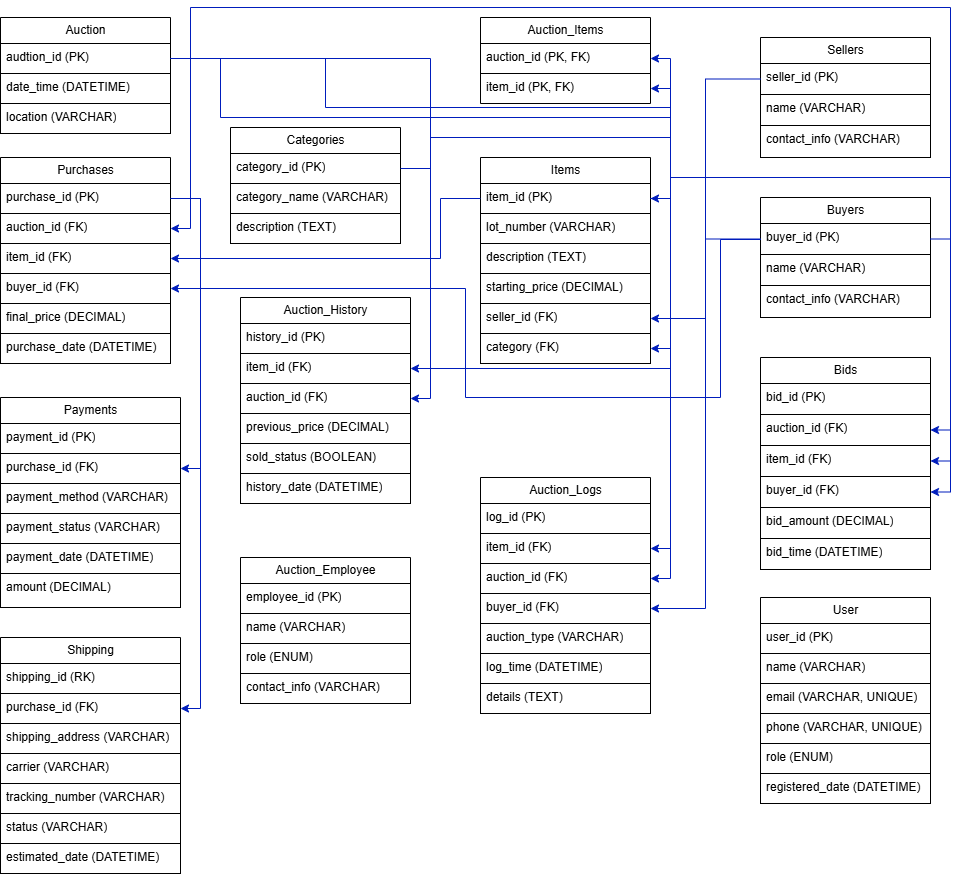
Earlier version of the draw.io export DB_Tamara_Jovicic_HW_An_Auction_House_diagram.drawio.png (tamarajovicic1/Tamara_Jovicic_SP25). Source tidied: cells renumbered, new cells last; positions are measured from the earlier drawing's top-left corner, leaving out a move shared by most shapes.
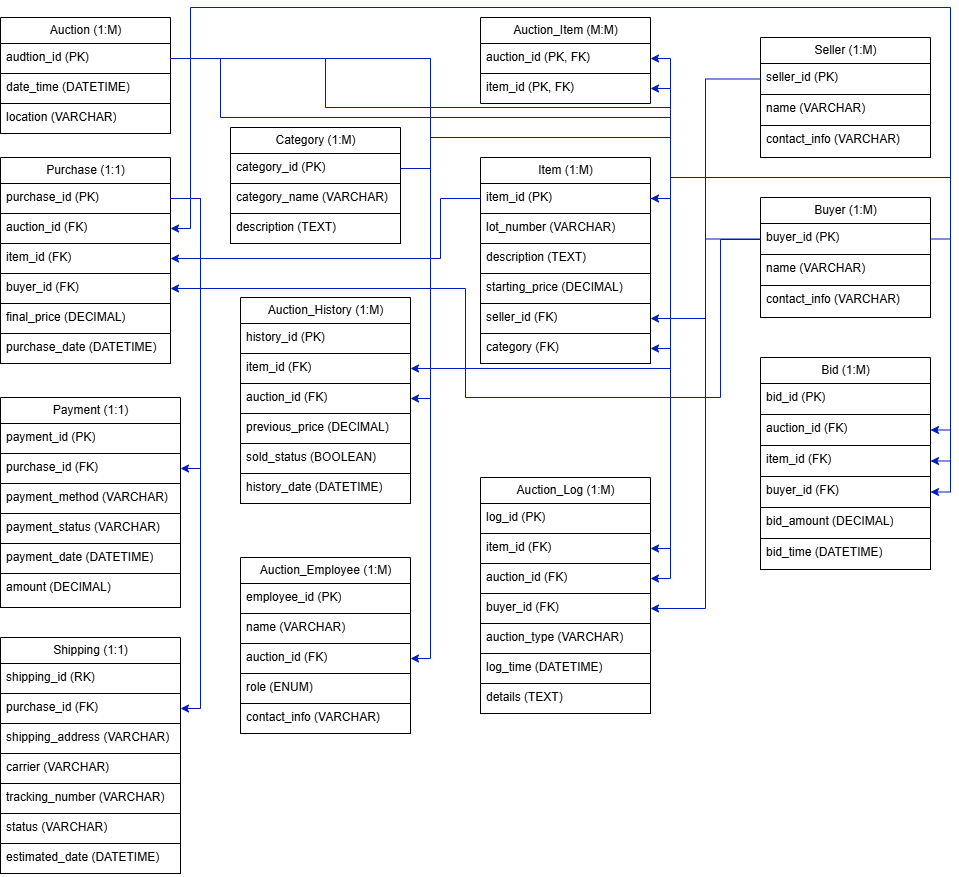
After the commit.

Change to the diagram source:
```diff
@@ -2,7 +2,7 @@
   <root>
     <mxCell id="0" />
     <mxCell id="1" parent="0" />
-    <mxCell id="2" value="Auction" style="swimlane;fontStyle=0;horizontal=1;startSize=26;fillColor=none;html=1;" parent="1" vertex="1">
+    <mxCell id="2" value="Auction (1:M)" style="swimlane;fontStyle=0;horizontal=1;startSize=26;fillColor=none;html=1;" parent="1" vertex="1">
       <mxGeometry y="10" width="170" height="116" as="geometry" />
     </mxCell>
     <mxCell id="3" value="audtion_id (PK)" style="text;strokeColor=default;fillColor=none;align=left;verticalAlign=top;spacingLeft=4;spacingRight=4;overflow=hidden;points=[[0,0.5],[1,0.5]];portConstraint=eastwest;whiteSpace=wrap;html=1;" parent="2" vertex="1">
@@ -14,7 +14,7 @@
     <mxCell id="5" value="location (VARCHAR)" style="text;strokeColor=default;fillColor=none;align=left;verticalAlign=top;spacingLeft=4;spacingRight=4;overflow=hidden;whiteSpace=wrap;html=1;" parent="2" vertex="1">
       <mxGeometry y="86" width="170" height="30" as="geometry" />
     </mxCell>
-    <mxCell id="6" value="Items" style="swimlane;fontStyle=0;horizontal=1;startSize=26;fillColor=none;html=1;" parent="1" vertex="1">
+    <mxCell id="6" value="Item (1:M)" style="swimlane;fontStyle=0;horizontal=1;startSize=26;fillColor=none;html=1;" parent="1" vertex="1">
       <mxGeometry x="480" y="150" width="170" height="116" as="geometry" />
     </mxCell>
     <mxCell id="7" value="item_id (PK)" style="text;strokeColor=default;fillColor=none;align=left;verticalAlign=top;spacingLeft=4;spacingRight=4;overflow=hidden;points=[[0,0.5],[1,0.5]];portConstraint=eastwest;whiteSpace=wrap;html=1;" parent="6" vertex="1">
@@ -35,7 +35,7 @@
     <mxCell id="12" value="category (FK)" style="text;strokeColor=default;fillColor=none;align=left;verticalAlign=top;spacingLeft=4;spacingRight=4;overflow=hidden;points=[[0,0.5],[1,0.5]];portConstraint=eastwest;whiteSpace=wrap;html=1;" parent="1" vertex="1">
       <mxGeometry x="480" y="326" width="170" height="30" as="geometry" />
     </mxCell>
-    <mxCell id="13" value="Sellers" style="swimlane;fontStyle=0;horizontal=1;startSize=26;fillColor=none;html=1;" parent="1" vertex="1">
+    <mxCell id="13" value="Seller (1:M)" style="swimlane;fontStyle=0;horizontal=1;startSize=26;fillColor=none;html=1;" parent="1" vertex="1">
       <mxGeometry x="760" y="30" width="170" height="120" as="geometry" />
     </mxCell>
     <mxCell id="14" value="seller_id (PK)" style="text;strokeColor=default;fillColor=none;align=left;verticalAlign=top;spacingLeft=4;spacingRight=4;overflow=hidden;points=[[0,0.5],[1,0.5]];portConstraint=eastwest;whiteSpace=wrap;html=1;" parent="13" vertex="1">
@@ -50,7 +50,7 @@
     <mxCell id="17" style="edgeStyle=orthogonalEdgeStyle;rounded=0;jettySize=auto;html=1;exitX=0;exitY=0.5;exitDx=0;exitDy=0;entryX=1;entryY=0.5;entryDx=0;entryDy=0;fillColor=#0050ef;strokeColor=#001DBC;" parent="1" edge="1" source="14" target="11">
       <mxGeometry relative="1" as="geometry" />
     </mxCell>
-    <mxCell id="18" value="Buyers" style="swimlane;fontStyle=0;horizontal=1;startSize=26;fillColor=none;html=1;" parent="1" vertex="1">
+    <mxCell id="18" value="Buyer (1:M)" style="swimlane;fontStyle=0;horizontal=1;startSize=26;fillColor=none;html=1;" parent="1" vertex="1">
       <mxGeometry x="760" y="190" width="170" height="120" as="geometry" />
     </mxCell>
     <mxCell id="19" value="buyer_id (PK)" style="text;strokeColor=default;fillColor=none;align=left;verticalAlign=top;spacingLeft=4;spacingRight=4;overflow=hidden;points=[[0,0.5],[1,0.5]];portConstraint=eastwest;whiteSpace=wrap;html=1;" parent="18" vertex="1">
@@ -62,7 +62,7 @@
     <mxCell id="21" value="contact_info (VARCHAR)" style="text;strokeColor=default;fillColor=none;align=left;verticalAlign=top;spacingLeft=4;spacingRight=4;overflow=hidden;whiteSpace=wrap;html=1;" parent="18" vertex="1">
       <mxGeometry y="88" width="170" height="32" as="geometry" />
     </mxCell>
-    <mxCell id="22" value="Auction_Items" style="swimlane;fontStyle=0;horizontal=1;startSize=26;fillColor=none;html=1;" parent="1" vertex="1">
+    <mxCell id="22" value="Auction_Item (M:M)" style="swimlane;fontStyle=0;horizontal=1;startSize=26;fillColor=none;html=1;" parent="1" vertex="1">
       <mxGeometry x="480" y="10" width="170" height="86" as="geometry" />
     </mxCell>
     <mxCell id="23" value="auction_id (PK, FK)" style="text;strokeColor=default;fillColor=none;align=left;verticalAlign=top;spacingLeft=4;spacingRight=4;overflow=hidden;points=[[0,0.5],[1,0.5]];portConstraint=eastwest;whiteSpace=wrap;html=1;" parent="22" vertex="1">
@@ -74,7 +74,7 @@
     <mxCell id="25" style="edgeStyle=orthogonalEdgeStyle;rounded=0;jettySize=auto;html=1;exitX=1;exitY=0.5;exitDx=0;exitDy=0;entryX=1;entryY=0.5;entryDx=0;entryDy=0;fillColor=#0050ef;strokeColor=#001DBC;startArrow=classic;startFill=1;" parent="1" edge="1" source="7" target="24">
       <mxGeometry relative="1" as="geometry" />
     </mxCell>
-    <mxCell id="26" value="Bids" style="swimlane;fontStyle=0;horizontal=1;startSize=26;fillColor=none;html=1;" parent="1" vertex="1">
+    <mxCell id="26" value="Bid (1:M)" style="swimlane;fontStyle=0;horizontal=1;startSize=26;fillColor=none;html=1;" parent="1" vertex="1">
       <mxGeometry x="760" y="350" width="170" height="119" as="geometry" />
     </mxCell>
     <mxCell id="27" value="bid_id (PK)" style="text;strokeColor=default;fillColor=none;align=left;verticalAlign=top;spacingLeft=4;spacingRight=4;overflow=hidden;whiteSpace=wrap;html=1;" parent="26" vertex="1">
@@ -98,7 +98,7 @@
     <mxCell id="33" style="edgeStyle=orthogonalEdgeStyle;rounded=0;jettySize=auto;html=1;exitX=1;exitY=0.5;exitDx=0;exitDy=0;entryX=1;entryY=0.5;entryDx=0;entryDy=0;fillColor=#0050ef;strokeColor=#001DBC;" parent="1" edge="1" source="19" target="30">
       <mxGeometry relative="1" as="geometry" />
     </mxCell>
-    <mxCell id="34" value="Purchases" style="swimlane;fontStyle=0;horizontal=1;startSize=26;fillColor=none;html=1;" parent="1" vertex="1">
+    <mxCell id="34" value="Purchase (1:1)" style="swimlane;fontStyle=0;horizontal=1;startSize=26;fillColor=none;html=1;" parent="1" vertex="1">
       <mxGeometry y="150" width="170" height="116" as="geometry" />
     </mxCell>
     <mxCell id="35" value="purchase_id (PK)" style="text;strokeColor=default;fillColor=none;align=left;verticalAlign=top;spacingLeft=4;spacingRight=4;overflow=hidden;points=[[0,0.5],[1,0.5]];portConstraint=eastwest;whiteSpace=wrap;html=1;" parent="34" vertex="1">
@@ -119,7 +119,7 @@
     <mxCell id="40" value="purchase_date (DATETIME)" style="text;strokeColor=default;fillColor=none;align=left;verticalAlign=top;spacingLeft=4;spacingRight=4;overflow=hidden;whiteSpace=wrap;html=1;" parent="1" vertex="1">
       <mxGeometry y="326" width="170" height="30" as="geometry" />
     </mxCell>
-    <mxCell id="41" value="Payments" style="swimlane;fontStyle=0;horizontal=1;startSize=26;fillColor=none;html=1;" parent="1" vertex="1">
+    <mxCell id="41" value="Payment (1:1)" style="swimlane;fontStyle=0;horizontal=1;startSize=26;fillColor=none;html=1;" parent="1" vertex="1">
       <mxGeometry y="390" width="180" height="116" as="geometry" />
     </mxCell>
     <mxCell id="42" value="payment_id (PK)" style="text;strokeColor=default;fillColor=none;align=left;verticalAlign=top;spacingLeft=4;spacingRight=4;overflow=hidden;whiteSpace=wrap;html=1;" parent="41" vertex="1">
@@ -140,7 +140,7 @@
     <mxCell id="47" value="amount (DECIMAL)" style="text;strokeColor=default;fillColor=none;align=left;verticalAlign=top;spacingLeft=4;spacingRight=4;overflow=hidden;whiteSpace=wrap;html=1;" parent="1" vertex="1">
       <mxGeometry y="566" width="180" height="34" as="geometry" />
     </mxCell>
-    <mxCell id="48" value="Categories" style="swimlane;fontStyle=0;horizontal=1;startSize=26;fillColor=none;html=1;" parent="1" vertex="1">
+    <mxCell id="48" value="Category (1:M)" style="swimlane;fontStyle=0;horizontal=1;startSize=26;fillColor=none;html=1;" parent="1" vertex="1">
       <mxGeometry x="230" y="120" width="170" height="116" as="geometry" />
     </mxCell>
     <mxCell id="49" value="category_id (PK)" style="text;strokeColor=default;fillColor=none;align=left;verticalAlign=top;spacingLeft=4;spacingRight=4;overflow=hidden;points=[[0,0.5],[1,0.5]];portConstraint=eastwest;whiteSpace=wrap;html=1;" parent="48" vertex="1">
@@ -152,7 +152,7 @@
     <mxCell id="51" value="description (TEXT)" style="text;strokeColor=default;fillColor=none;align=left;verticalAlign=top;spacingLeft=4;spacingRight=4;overflow=hidden;whiteSpace=wrap;html=1;" parent="48" vertex="1">
       <mxGeometry y="86" width="170" height="30" as="geometry" />
     </mxCell>
-    <mxCell id="52" value="Auction_History" style="swimlane;fontStyle=0;horizontal=1;startSize=26;fillColor=none;html=1;" parent="1" vertex="1">
+    <mxCell id="52" value="Auction_History (1:M)" style="swimlane;fontStyle=0;horizontal=1;startSize=26;fillColor=none;html=1;" parent="1" vertex="1">
       <mxGeometry x="240" y="290" width="170" height="116" as="geometry" />
     </mxCell>
     <mxCell id="53" value="history_id (PK)" style="text;strokeColor=default;fillColor=none;align=left;verticalAlign=top;spacingLeft=4;spacingRight=4;overflow=hidden;whiteSpace=wrap;html=1;" parent="52" vertex="1">
@@ -173,8 +173,8 @@
     <mxCell id="58" value="history_date (DATETIME)" style="text;strokeColor=default;fillColor=none;align=left;verticalAlign=top;spacingLeft=4;spacingRight=4;overflow=hidden;whiteSpace=wrap;html=1;" parent="1" vertex="1">
       <mxGeometry x="240" y="466" width="170" height="30" as="geometry" />
     </mxCell>
-    <mxCell id="59" value="Auction_Employee" style="swimlane;fontStyle=0;horizontal=1;startSize=26;fillColor=none;html=1;" parent="1" vertex="1">
-      <mxGeometry x="240" y="550" width="170" height="116" as="geometry" />
+    <mxCell id="59" value="Auction_Employee (1:M)" style="swimlane;fontStyle=0;horizontal=1;startSize=26;fillColor=none;html=1;" parent="1" vertex="1">
+      <mxGeometry x="240" y="550" width="170" height="146" as="geometry" />
     </mxCell>
     <mxCell id="60" value="employee_id (PK)" style="text;strokeColor=default;fillColor=none;align=left;verticalAlign=top;spacingLeft=4;spacingRight=4;overflow=hidden;whiteSpace=wrap;html=1;" parent="59" vertex="1">
       <mxGeometry y="26" width="170" height="30" as="geometry" />
@@ -182,13 +182,16 @@
     <mxCell id="61" value="name (VARCHAR)" style="text;strokeColor=none;fillColor=none;align=left;verticalAlign=top;spacingLeft=4;spacingRight=4;overflow=hidden;whiteSpace=wrap;html=1;" parent="59" vertex="1">
       <mxGeometry y="56" width="170" height="30" as="geometry" />
     </mxCell>
+    <mxCell id="101" value="auction_id (FK)" style="text;strokeColor=default;fillColor=none;align=left;verticalAlign=top;spacingLeft=4;spacingRight=4;overflow=hidden;points=[[0,0.5],[1,0.5]];portConstraint=eastwest;whiteSpace=wrap;html=1;" parent="59" vertex="1">
+      <mxGeometry y="86" width="170" height="30" as="geometry" />
+    </mxCell>
     <mxCell id="62" value="role (ENUM)" style="text;strokeColor=default;fillColor=none;align=left;verticalAlign=top;spacingLeft=4;spacingRight=4;overflow=hidden;whiteSpace=wrap;html=1;" parent="59" vertex="1">
-      <mxGeometry y="86" width="170" height="30" as="geometry" />
+      <mxGeometry y="116" width="170" height="30" as="geometry" />
     </mxCell>
     <mxCell id="63" value="contact_info (VARCHAR)" style="text;strokeColor=default;fillColor=none;align=left;verticalAlign=top;spacingLeft=4;spacingRight=4;overflow=hidden;whiteSpace=wrap;html=1;" parent="1" vertex="1">
-      <mxGeometry x="240" y="666" width="170" height="30" as="geometry" />
+      <mxGeometry x="240" y="696" width="170" height="30" as="geometry" />
     </mxCell>
-    <mxCell id="64" value="Auction_Logs" style="swimlane;fontStyle=0;horizontal=1;startSize=26;fillColor=none;html=1;" parent="1" vertex="1">
+    <mxCell id="64" value="Auction_Log (1:M)" style="swimlane;fontStyle=0;horizontal=1;startSize=26;fillColor=none;html=1;" parent="1" vertex="1">
       <mxGeometry x="480" y="470" width="170" height="116" as="geometry" />
     </mxCell>
     <mxCell id="65" value="log_id (PK)" style="text;strokeColor=default;fillColor=none;align=left;verticalAlign=top;spacingLeft=4;spacingRight=4;overflow=hidden;whiteSpace=wrap;html=1;" parent="64" vertex="1">
@@ -212,7 +215,7 @@
     <mxCell id="71" value="details (TEXT)" style="text;strokeColor=default;fillColor=none;align=left;verticalAlign=top;spacingLeft=4;spacingRight=4;overflow=hidden;whiteSpace=wrap;html=1;" parent="1" vertex="1">
       <mxGeometry x="480" y="676" width="170" height="30" as="geometry" />
     </mxCell>
-    <mxCell id="72" value="Shipping" style="swimlane;fontStyle=0;horizontal=1;startSize=26;fillColor=none;html=1;" parent="1" vertex="1">
+    <mxCell id="72" value="Shipping (1:1)" style="swimlane;fontStyle=0;horizontal=1;startSize=26;fillColor=none;html=1;" parent="1" vertex="1">
       <mxGeometry y="630" width="180" height="116" as="geometry" />
     </mxCell>
     <mxCell id="73" value="shipping_id (RK)" style="text;strokeColor=default;fillColor=none;align=left;verticalAlign=top;spacingLeft=4;spacingRight=4;overflow=hidden;whiteSpace=wrap;html=1;" parent="72" vertex="1">
@@ -236,27 +239,6 @@
     <mxCell id="79" value="estimated_date (DATETIME)" style="text;strokeColor=default;fillColor=none;align=left;verticalAlign=top;spacingLeft=4;spacingRight=4;overflow=hidden;whiteSpace=wrap;html=1;" parent="1" vertex="1">
       <mxGeometry y="836" width="180" height="30" as="geometry" />
     </mxCell>
-    <mxCell id="80" value="User" style="swimlane;fontStyle=0;horizontal=1;startSize=26;fillColor=none;html=1;" parent="1" vertex="1">
-      <mxGeometry x="760" y="590" width="170" height="116" as="geometry" />
-    </mxCell>
-    <mxCell id="81" value="user_id (PK)" style="text;strokeColor=default;fillColor=none;align=left;verticalAlign=top;spacingLeft=4;spacingRight=4;overflow=hidden;whiteSpace=wrap;html=1;" parent="80" vertex="1">
-      <mxGeometry y="26" width="170" height="30" as="geometry" />
-    </mxCell>
-    <mxCell id="82" value="name (VARCHAR)" style="text;strokeColor=none;fillColor=none;align=left;verticalAlign=top;spacingLeft=4;spacingRight=4;overflow=hidden;whiteSpace=wrap;html=1;" parent="80" vertex="1">
-      <mxGeometry y="56" width="170" height="30" as="geometry" />
-    </mxCell>
-    <mxCell id="83" value="email (VARCHAR, UNIQUE)" style="text;strokeColor=default;fillColor=none;align=left;verticalAlign=top;spacingLeft=4;spacingRight=4;overflow=hidden;whiteSpace=wrap;html=1;" parent="80" vertex="1">
-      <mxGeometry y="86" width="170" height="30" as="geometry" />
-    </mxCell>
-    <mxCell id="84" value="phone (VARCHAR, UNIQUE)" style="text;strokeColor=default;fillColor=none;align=left;verticalAlign=top;spacingLeft=4;spacingRight=4;overflow=hidden;whiteSpace=wrap;html=1;" parent="1" vertex="1">
-      <mxGeometry x="760" y="706" width="170" height="30" as="geometry" />
-    </mxCell>
-    <mxCell id="85" value="role (ENUM)" style="text;strokeColor=default;fillColor=none;align=left;verticalAlign=top;spacingLeft=4;spacingRight=4;overflow=hidden;whiteSpace=wrap;html=1;" parent="1" vertex="1">
-      <mxGeometry x="760" y="736" width="170" height="30" as="geometry" />
-    </mxCell>
-    <mxCell id="86" value="registered_date (DATETIME)" style="text;strokeColor=default;fillColor=none;align=left;verticalAlign=top;spacingLeft=4;spacingRight=4;overflow=hidden;whiteSpace=wrap;html=1;" parent="1" vertex="1">
-      <mxGeometry x="760" y="766" width="170" height="30" as="geometry" />
-    </mxCell>
     <mxCell id="87" style="edgeStyle=orthogonalEdgeStyle;rounded=0;jettySize=auto;html=1;exitX=1;exitY=0.5;exitDx=0;exitDy=0;entryX=1;entryY=0.5;entryDx=0;entryDy=0;fillColor=#0050ef;strokeColor=#001DBC;" parent="1" edge="1" source="3" target="36">
       <mxGeometry relative="1" as="geometry" />
     </mxCell>
@@ -347,5 +329,8 @@
         </Array>
       </mxGeometry>
     </mxCell>
+    <mxCell id="102" style="edgeStyle=orthogonalEdgeStyle;rounded=0;jettySize=auto;html=1;exitX=1;exitY=0.5;exitDx=0;exitDy=0;entryX=1;entryY=0.5;entryDx=0;entryDy=0;fillColor=#0050ef;strokeColor=#001DBC;" parent="1" edge="1" source="3" target="101">
+      <mxGeometry relative="1" as="geometry" />
+    </mxCell>
   </root>
 </mxGraphModel>
```
